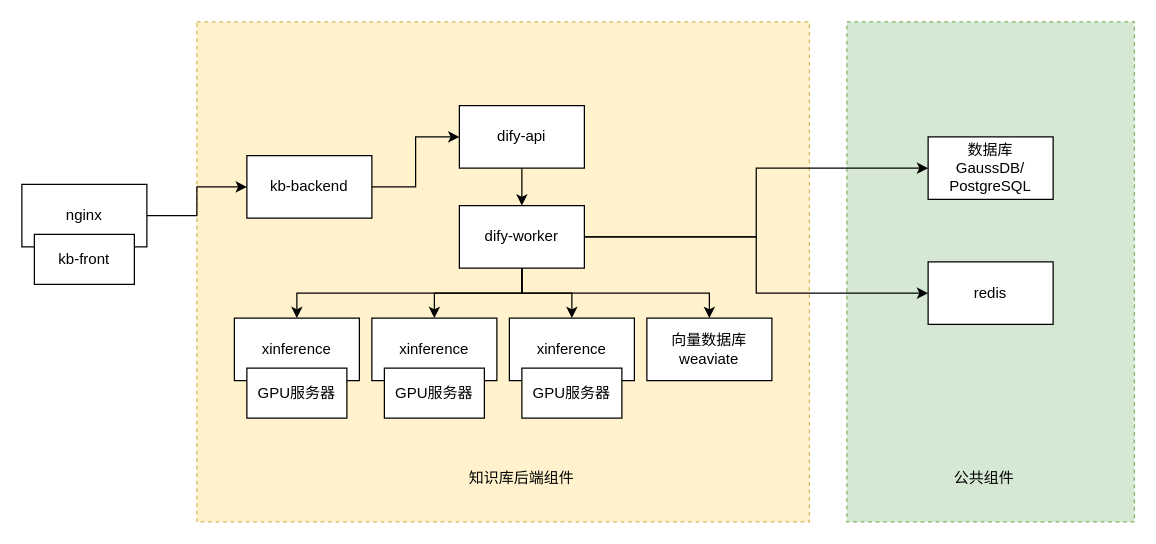
This is 未命名绘图.drawio from james-li/james-li.github.io, a draw.io file, before an edit. Source tidied: cells renumbered, new cells numbered last; positions are measured from the earlier drawing's top-left corner, leaving out a move shared by most shapes. Both pictures are drawn from the tidied source at 125%, with x=0, y=0 at pixel (21, 21).
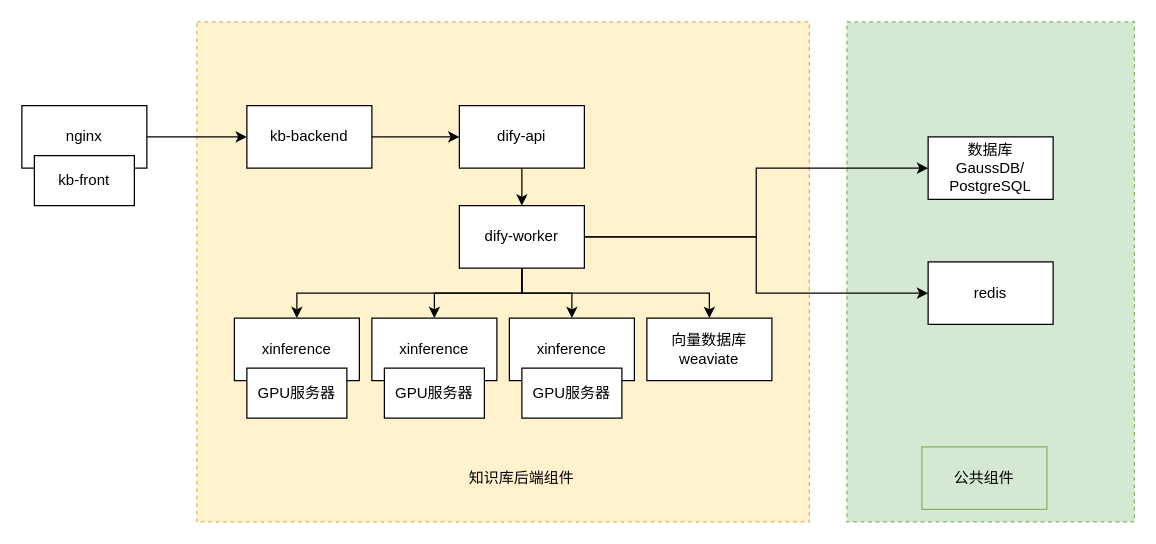
After the change.

Diff of the diagram source:
```diff
@@
     <mxCell id="5" value="kb-backend" style="rounded=0;whiteSpace=wrap;html=1;" parent="1" vertex="1">
-      <mxGeometry x="180" y="107" width="100" height="50" as="geometry" />
+      <mxGeometry x="180" y="67" width="100" height="50" as="geometry" />
     </mxCell>
@@
-    <mxCell id="20" value="nginx" style="rounded=0;whiteSpace=wrap;html=1;" parent="1" vertex="1">
-      <mxGeometry y="130" width="100" height="50" as="geometry" />
-    </mxCell>
-    <mxCell id="21" value="kb-front" style="rounded=0;whiteSpace=wrap;html=1;" parent="1" vertex="1">
-      <mxGeometry x="10" y="170" width="80" height="40" as="geometry" />
-    </mxCell>
-    <mxCell id="22" value="公共组件" style="rounded=0;whiteSpace=wrap;html=1;fillColor=#d5e8d4;strokeColor=none;" parent="1" vertex="1">
+    <mxCell id="22" value="公共组件" style="rounded=0;whiteSpace=wrap;html=1;fillColor=#d5e8d4;strokeColor=#82b366;" parent="1" vertex="1">
       <mxGeometry x="720" y="340" width="100" height="50" as="geometry" />
     </mxCell>
@@
+    <mxCell id="29" style="group;" parent="1" vertex="1">
+      <mxGeometry y="67" width="100" height="80" as="geometry" />
+    </mxCell>
+    <mxCell id="20" value="nginx" style="rounded=0;whiteSpace=wrap;html=1;" parent="29" vertex="1">
+      <mxGeometry width="100" height="50" as="geometry" />
+    </mxCell>
+    <mxCell id="21" value="kb-front" style="rounded=0;whiteSpace=wrap;html=1;" parent="29" vertex="1">
+      <mxGeometry x="10" y="40" width="80" height="40" as="geometry" />
+    </mxCell>
```
